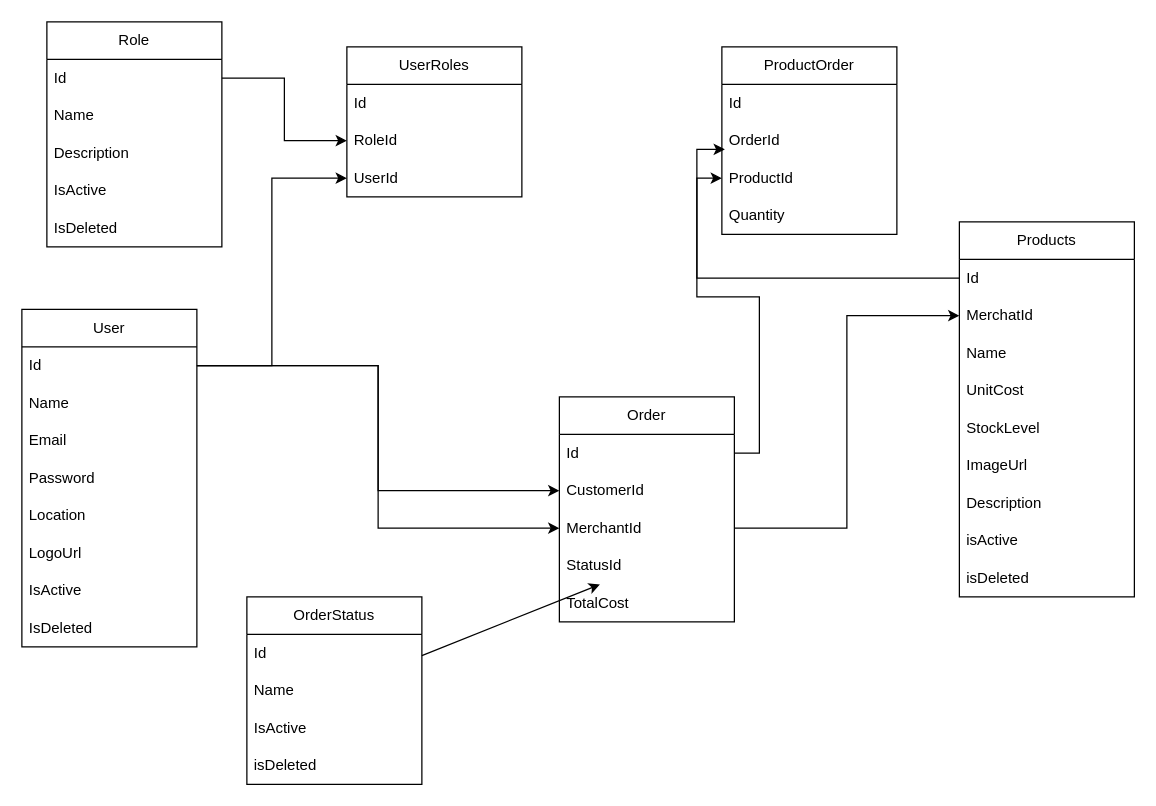
The draw.io diagram ideation/zephyr_class_diagram.drawio in deaconTown/Zephyr, before the edit. Source tidied: cells renumbered, new cells numbered last; positions are measured from the earlier drawing's top-left corner, leaving out a move shared by most shapes. Both pictures are drawn from the tidied source at 125%, with x=0, y=0 at pixel (21, 21).
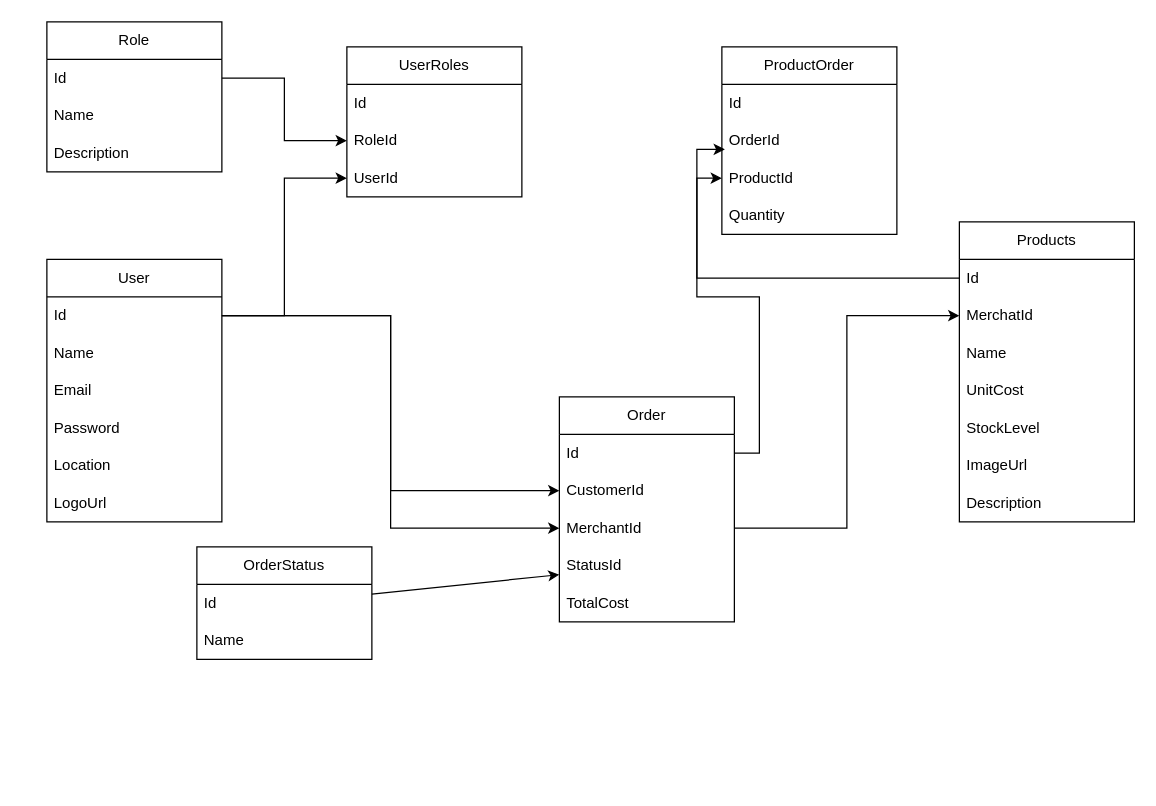
The same diagram, later.

Change to the diagram source:
```diff
@@
     <mxCell id="2" value="User" style="swimlane;fontStyle=0;horizontal=1;startSize=30;whiteSpace=wrap;html=1;" parent="1" vertex="1">
-      <mxGeometry y="230" width="140" height="270" as="geometry" />
+      <mxGeometry x="20" y="190" width="140" height="210" as="geometry" />
     </mxCell>
@@
-    <mxCell id="9" value="IsActive" style="text;strokeColor=none;fillColor=none;align=left;verticalAlign=middle;spacingLeft=4;spacingRight=4;overflow=hidden;whiteSpace=wrap;html=1;" parent="2" vertex="1">
-      <mxGeometry y="210" width="140" height="30" as="geometry" />
-    </mxCell>
-    <mxCell id="10" value="IsDeleted" style="text;strokeColor=none;fillColor=none;align=left;verticalAlign=middle;spacingLeft=4;spacingRight=4;overflow=hidden;whiteSpace=wrap;html=1;" parent="2" vertex="1">
-      <mxGeometry y="240" width="140" height="30" as="geometry" />
-    </mxCell>
     <mxCell id="11" value="Products" style="swimlane;fontStyle=0;horizontal=1;startSize=30;whiteSpace=wrap;html=1;" parent="1" vertex="1">
-      <mxGeometry x="750" y="160" width="140" height="300" as="geometry" />
+      <mxGeometry x="750" y="160" width="140" height="240" as="geometry" />
     </mxCell>
@@
-    <mxCell id="19" value="isActive" style="text;strokeColor=none;fillColor=none;align=left;verticalAlign=middle;spacingLeft=4;spacingRight=4;overflow=hidden;whiteSpace=wrap;html=1;" parent="11" vertex="1">
-      <mxGeometry y="240" width="140" height="30" as="geometry" />
-    </mxCell>
-    <mxCell id="20" value="isDeleted" style="text;strokeColor=none;fillColor=none;align=left;verticalAlign=middle;spacingLeft=4;spacingRight=4;overflow=hidden;whiteSpace=wrap;html=1;" parent="11" vertex="1">
-      <mxGeometry y="270" width="140" height="30" as="geometry" />
-    </mxCell>
@@
     <mxCell id="35" value="Role" style="swimlane;fontStyle=0;horizontal=1;startSize=30;whiteSpace=wrap;html=1;" parent="1" vertex="1">
-      <mxGeometry x="20" width="140" height="180" as="geometry" />
+      <mxGeometry x="20" width="140" height="120" as="geometry" />
     </mxCell>
@@
-    <mxCell id="39" value="IsActive&amp;nbsp;" style="text;strokeColor=none;fillColor=none;align=left;verticalAlign=middle;spacingLeft=4;spacingRight=4;overflow=hidden;whiteSpace=wrap;html=1;" parent="35" vertex="1">
-      <mxGeometry y="120" width="140" height="30" as="geometry" />
-    </mxCell>
-    <mxCell id="40" value="IsDeleted" style="text;strokeColor=none;fillColor=none;align=left;verticalAlign=middle;spacingLeft=4;spacingRight=4;overflow=hidden;whiteSpace=wrap;html=1;" parent="35" vertex="1">
-      <mxGeometry y="150" width="140" height="30" as="geometry" />
-    </mxCell>
@@
     <mxCell id="50" value="OrderStatus" style="swimlane;fontStyle=0;horizontal=1;startSize=30;whiteSpace=wrap;html=1;" parent="1" vertex="1">
-      <mxGeometry x="180" y="460" width="140" height="150" as="geometry" />
+      <mxGeometry x="140" y="420" width="140" height="90" as="geometry" />
     </mxCell>
@@
-    <mxCell id="53" value="IsActive" style="text;strokeColor=none;fillColor=none;align=left;verticalAlign=middle;spacingLeft=4;spacingRight=4;overflow=hidden;whiteSpace=wrap;html=1;" parent="50" vertex="1">
-      <mxGeometry y="90" width="140" height="30" as="geometry" />
-    </mxCell>
-    <mxCell id="54" value="isDeleted" style="text;strokeColor=none;fillColor=none;align=left;verticalAlign=middle;spacingLeft=4;spacingRight=4;overflow=hidden;whiteSpace=wrap;html=1;" parent="50" vertex="1">
-      <mxGeometry y="120" width="140" height="30" as="geometry" />
-    </mxCell>
```
